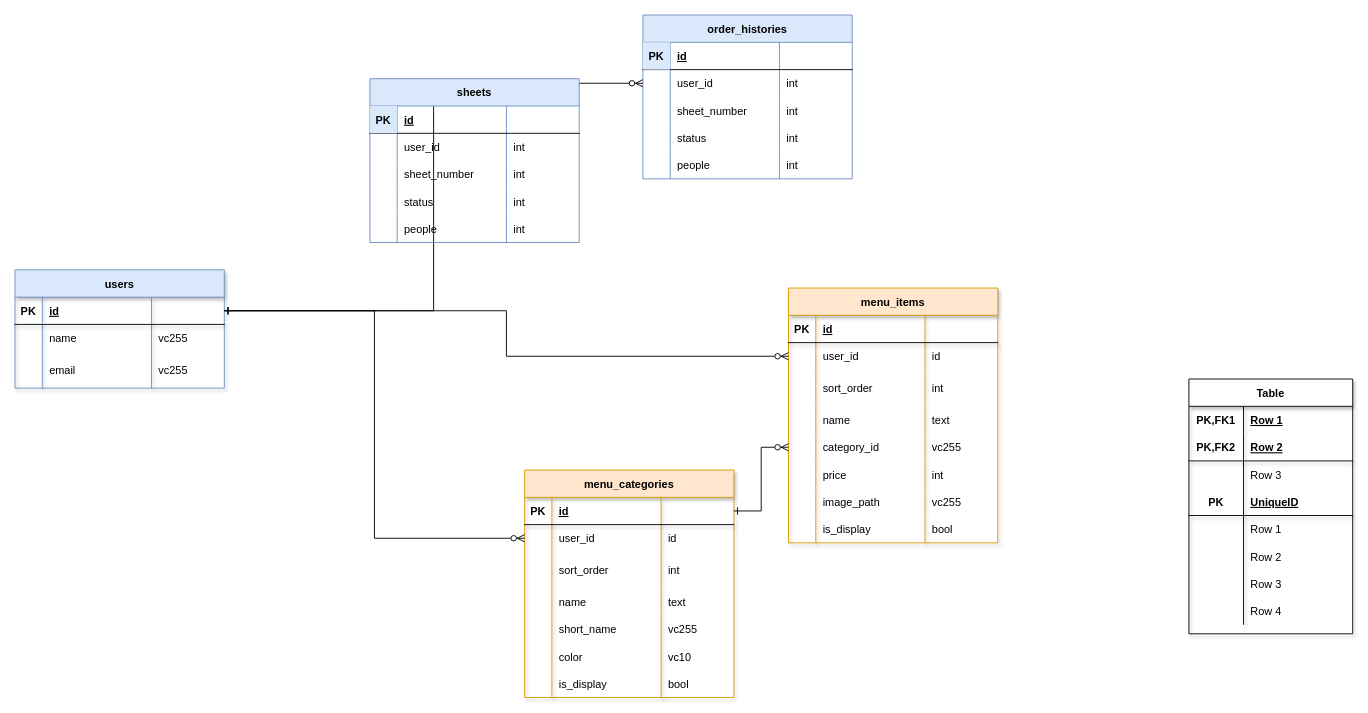
Before: DB-ER.drawio in lafrin/haizen, a draw.io diagram. Source tidied: cells renumbered, new cells numbered last; positions are measured from the earlier drawing's top-left corner, leaving out a move shared by most shapes. Both pictures are drawn from the tidied source at 91%, with x=0, y=0 at pixel (15, 15).
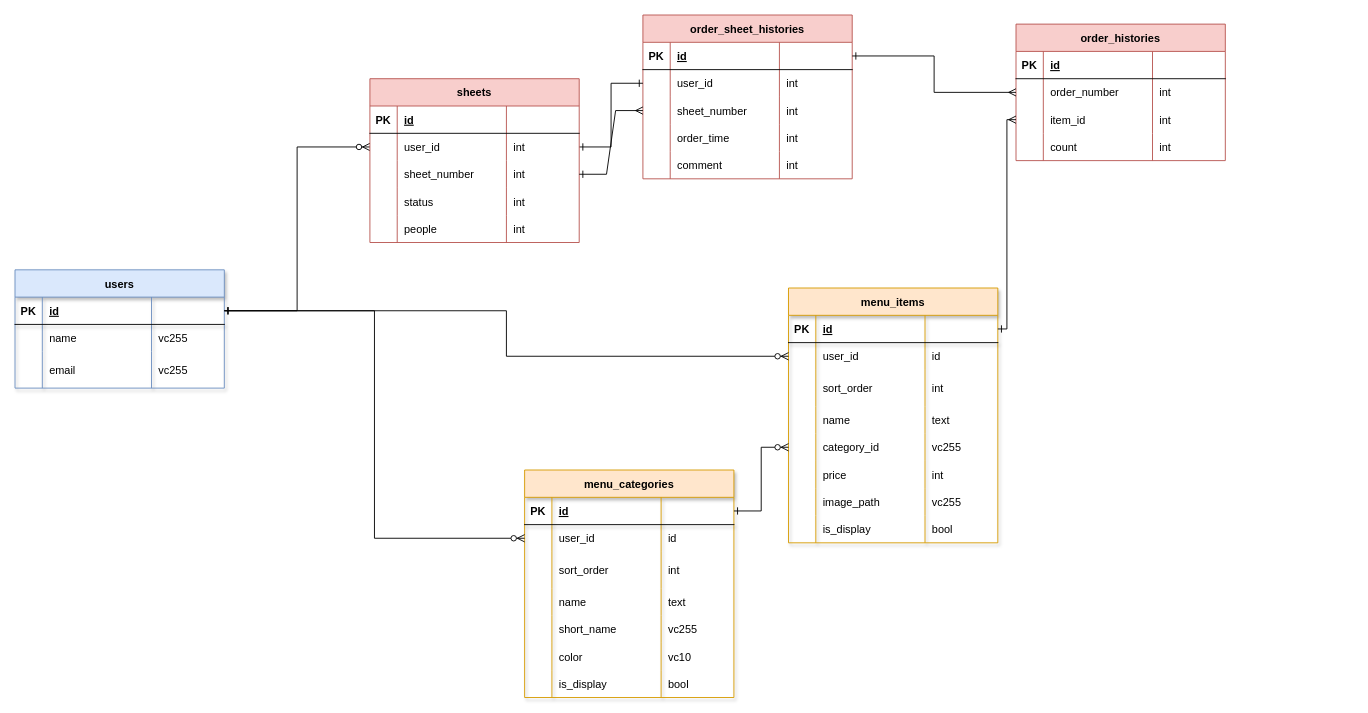
The same page after the edit.

Commit message (it also covers changes not shown here):
DB-ER.drawio を更新します

The change refers to these unchanged cells:
```xml
<mxCell id="3" style="shape=partialRectangle;fillColor=none;points=[[0,0.5],[1,0.5]];portConstraint=eastwest;top=0;left=0;right=0;bottom=1;" parent="2" vertex="1">
  <mxGeometry y="30" width="230" height="30" as="geometry" />
</mxCell>
<mxCell id="19" style="shape=partialRectangle;fillColor=none;top=0;left=0;right=0;bottom=0;" parent="2" vertex="1">
  <mxGeometry y="150" width="230" height="30" as="geometry" />
</mxCell>
<mxCell id="24" style="shape=partialRectangle;fillColor=none;top=0;left=0;bottom=1;right=0;points=[[0,0.5],[1,0.5]];portConstraint=eastwest;shadow=1;" parent="23" vertex="1">
  <mxGeometry y="30" width="230" height="30" as="geometry" />
</mxCell>
<mxCell id="111" style="shape=partialRectangle;fillColor=none;top=0;left=0;bottom=1;right=0;points=[[0,0.5],[1,0.5]];portConstraint=eastwest;shadow=1;" parent="110" vertex="1">
  <mxGeometry y="30" width="230" height="30" as="geometry" />
</mxCell>
<mxCell id="128" style="shape=partialRectangle;fillColor=none;top=0;left=0;right=0;bottom=1;" parent="127" vertex="1">
  <mxGeometry y="30" width="230" height="30" as="geometry" />
</mxCell>
<mxCell id="132" style="shape=partialRectangle;fillColor=none;points=[[0,0.5],[1,0.5]];portConstraint=eastwest;top=0;left=0;right=0;bottom=0;" parent="127" vertex="1">
  <mxGeometry y="60" width="230" height="30" as="geometry" />
</mxCell>
<mxCell id="136" style="shape=partialRectangle;fillColor=none;points=[[0,0.5],[1,0.5]];portConstraint=eastwest;top=0;left=0;right=0;bottom=0;" parent="127" vertex="1">
  <mxGeometry y="90" width="230" height="30" as="geometry" />
</mxCell>
```

Diff of the diagram source:
```diff
@@
-    <mxCell id="2" value="order_histories" style="shape=table;startSize=30;childLayout=tableLayout;rowLines=0;fontStyle=1;align=center;fillColor=#dae8fc;strokeColor=#6c8ebf;" parent="1" vertex="1">
+    <mxCell id="2" value="order_sheet_histories" style="shape=table;startSize=30;childLayout=tableLayout;rowLines=0;fontStyle=1;align=center;fillColor=#f8cecc;strokeColor=#b85450;" parent="1" vertex="1">
       <mxGeometry x="690" width="230" height="180" as="geometry" />
     </mxCell>
@@
-    <mxCell id="4" value="PK" style="shape=partialRectangle;overflow=hidden;fillColor=#dae8fc;top=0;left=0;bottom=0;right=0;fontStyle=1;strokeColor=#6c8ebf;" parent="3" vertex="1">
+    <mxCell id="4" value="PK" style="shape=partialRectangle;overflow=hidden;fillColor=none;top=0;left=0;bottom=0;right=0;fontStyle=1;" parent="3" vertex="1">
       <mxGeometry width="30" height="30" as="geometry" />
     </mxCell>
@@
-    <mxCell id="7" style="shape=partialRectangle;fillColor=none;points=[[0,0.5],[1,0.5]];portConstraint=eastwest;top=0;left=0;right=0;bottom=0;" parent="2" vertex="1">
-      <mxGeometry y="60" width="230" height="30" as="geometry" />
-    </mxCell>
-    <mxCell id="8" style="shape=partialRectangle;overflow=hidden;fillColor=none;top=0;left=0;bottom=0;right=0;" parent="7" vertex="1">
-      <mxGeometry width="30" height="30" as="geometry" />
-    </mxCell>
+    <mxCell id="148" style="shape=partialRectangle;fillColor=none;points=[[0,0.5],[1,0.5]];portConstraint=eastwest;top=0;left=0;right=0;bottom=0;" parent="2" vertex="1">
+      <mxGeometry y="60" width="230" height="30" as="geometry" />
+    </mxCell>
+    <mxCell id="149" style="shape=partialRectangle;overflow=hidden;fillColor=none;top=0;left=0;bottom=0;right=0;" parent="148" vertex="1">
+      <mxGeometry width="30" height="30" as="geometry" />
+    </mxCell>
-    <mxCell id="9" value="user_id" style="shape=partialRectangle;overflow=hidden;fillColor=none;top=0;left=0;bottom=0;right=0;align=left;spacingLeft=6;" parent="7" vertex="1">
+    <mxCell id="9" value="user_id" style="shape=partialRectangle;overflow=hidden;fillColor=none;top=0;left=0;bottom=0;right=0;align=left;spacingLeft=6;" parent="148" vertex="1">
       <mxGeometry x="30" width="120" height="30" as="geometry" />
     </mxCell>
-    <mxCell id="10" value="int" style="shape=partialRectangle;overflow=hidden;fillColor=none;top=0;left=0;bottom=0;right=0;align=left;spacingLeft=6;" parent="7" vertex="1">
-      <mxGeometry x="150" width="80" height="30" as="geometry" />
-    </mxCell>
+    <mxCell id="150" value="int" style="shape=partialRectangle;overflow=hidden;fillColor=none;top=0;left=0;bottom=0;right=0;align=left;spacingLeft=6;" parent="148" vertex="1">
+      <mxGeometry x="150" width="80" height="30" as="geometry" />
+    </mxCell>
+    <mxCell id="15" style="shape=partialRectangle;fillColor=none;points=[[0,0.5],[1,0.5]];portConstraint=eastwest;top=0;left=0;right=0;bottom=0;" parent="2" vertex="1">
+      <mxGeometry y="90" width="230" height="30" as="geometry" />
+    </mxCell>
+    <mxCell id="16" style="shape=partialRectangle;overflow=hidden;fillColor=none;top=0;left=0;bottom=0;right=0;" parent="15" vertex="1">
+      <mxGeometry width="30" height="30" as="geometry" />
+    </mxCell>
+    <mxCell id="17" value="sheet_number" style="shape=partialRectangle;overflow=hidden;fillColor=none;top=0;left=0;bottom=0;right=0;align=left;spacingLeft=6;" parent="15" vertex="1">
+      <mxGeometry x="30" width="120" height="30" as="geometry" />
+    </mxCell>
+    <mxCell id="18" value="int" style="shape=partialRectangle;overflow=hidden;fillColor=none;top=0;left=0;bottom=0;right=0;align=left;spacingLeft=6;" parent="15" vertex="1">
+      <mxGeometry x="150" width="80" height="30" as="geometry" />
+    </mxCell>
     <mxCell id="11" style="shape=partialRectangle;fillColor=none;top=0;left=0;right=0;bottom=0;" parent="2" vertex="1">
-      <mxGeometry y="90" width="230" height="30" as="geometry" />
+      <mxGeometry y="120" width="230" height="30" as="geometry" />
     </mxCell>
@@
-    <mxCell id="13" value="sheet_number" style="shape=partialRectangle;overflow=hidden;fillColor=none;top=0;left=0;bottom=0;right=0;align=left;spacingLeft=6;" parent="11" vertex="1">
+    <mxCell id="13" value="order_time" style="shape=partialRectangle;overflow=hidden;fillColor=none;top=0;left=0;bottom=0;right=0;align=left;spacingLeft=6;" parent="11" vertex="1">
       <mxGeometry x="30" width="120" height="30" as="geometry" />
     </mxCell>
@@
-    <mxCell id="15" style="shape=partialRectangle;fillColor=none;points=[[0,0.5],[1,0.5]];portConstraint=eastwest;top=0;left=0;right=0;bottom=0;" parent="2" vertex="1">
-      <mxGeometry y="120" width="230" height="30" as="geometry" />
-    </mxCell>
-    <mxCell id="16" style="shape=partialRectangle;overflow=hidden;fillColor=none;top=0;left=0;bottom=0;right=0;" parent="15" vertex="1">
-      <mxGeometry width="30" height="30" as="geometry" />
-    </mxCell>
-    <mxCell id="17" value="status" style="shape=partialRectangle;overflow=hidden;fillColor=none;top=0;left=0;bottom=0;right=0;align=left;spacingLeft=6;" parent="15" vertex="1">
-      <mxGeometry x="30" width="120" height="30" as="geometry" />
-    </mxCell>
-    <mxCell id="18" value="int" style="shape=partialRectangle;overflow=hidden;fillColor=none;top=0;left=0;bottom=0;right=0;align=left;spacingLeft=6;" parent="15" vertex="1">
-      <mxGeometry x="150" width="80" height="30" as="geometry" />
-    </mxCell>
@@
-    <mxCell id="20" style="shape=partialRectangle;overflow=hidden;fillColor=none;top=0;left=0;bottom=0;right=0;" parent="19" vertex="1">
-      <mxGeometry width="30" height="30" as="geometry" />
-    </mxCell>
-    <mxCell id="21" value="people" style="shape=partialRectangle;overflow=hidden;fillColor=none;top=0;left=0;bottom=0;right=0;align=left;spacingLeft=6;" parent="19" vertex="1">
-      <mxGeometry x="30" width="120" height="30" as="geometry" />
-    </mxCell>
-    <mxCell id="22" value="int" style="shape=partialRectangle;overflow=hidden;fillColor=none;top=0;left=0;bottom=0;right=0;align=left;spacingLeft=6;" parent="19" vertex="1">
-      <mxGeometry x="150" width="80" height="30" as="geometry" />
-    </mxCell>
+    <mxCell id="151" style="shape=partialRectangle;overflow=hidden;fillColor=none;top=0;left=0;bottom=0;right=0;" parent="19" vertex="1">
+      <mxGeometry width="30" height="30" as="geometry" />
+    </mxCell>
+    <mxCell id="152" value="comment" style="shape=partialRectangle;overflow=hidden;fillColor=none;top=0;left=0;bottom=0;right=0;align=left;spacingLeft=6;" parent="19" vertex="1">
+      <mxGeometry x="30" width="120" height="30" as="geometry" />
+    </mxCell>
+    <mxCell id="153" value="int" style="shape=partialRectangle;overflow=hidden;fillColor=none;top=0;left=0;bottom=0;right=0;align=left;spacingLeft=6;" parent="19" vertex="1">
+      <mxGeometry x="150" width="80" height="30" as="geometry" />
+    </mxCell>
@@
-    <mxCell id="56" value="Table" style="shape=table;startSize=30;childLayout=tableLayout;rowLines=0;fontStyle=1;align=center;shadow=1;" parent="1" vertex="1">
-      <mxGeometry x="1290" y="400" width="180" height="280" as="geometry" />
-    </mxCell>
-    <mxCell id="57" style="shape=partialRectangle;fillColor=none;top=0;left=0;bottom=0;right=0;shadow=1;" parent="56" vertex="1">
-      <mxGeometry y="30" width="180" height="30" as="geometry" />
-    </mxCell>
-    <mxCell id="58" value="PK,FK1" style="shape=partialRectangle;fillColor=none;top=0;left=0;bottom=0;right=0;fontStyle=1;overflow=hidden;shadow=1;" parent="57" vertex="1">
-      <mxGeometry width="60" height="30" as="geometry" />
-    </mxCell>
-    <mxCell id="59" value="Row 1" style="shape=partialRectangle;fillColor=none;top=0;left=0;bottom=0;right=0;align=left;spacingLeft=6;fontStyle=5;overflow=hidden;shadow=1;" parent="57" vertex="1">
-      <mxGeometry x="60" width="120" height="30" as="geometry" />
-    </mxCell>
-    <mxCell id="60" style="shape=partialRectangle;fillColor=none;top=0;left=0;bottom=1;right=0;shadow=1;" parent="56" vertex="1">
-      <mxGeometry y="60" width="180" height="30" as="geometry" />
-    </mxCell>
-    <mxCell id="61" value="PK,FK2" style="shape=partialRectangle;fillColor=none;top=0;left=0;bottom=0;right=0;fontStyle=1;overflow=hidden;shadow=1;" parent="60" vertex="1">
-      <mxGeometry width="60" height="30" as="geometry" />
-    </mxCell>
-    <mxCell id="62" value="Row 2" style="shape=partialRectangle;fillColor=none;top=0;left=0;bottom=0;right=0;align=left;spacingLeft=6;fontStyle=5;overflow=hidden;shadow=1;" parent="60" vertex="1">
-      <mxGeometry x="60" width="120" height="30" as="geometry" />
-    </mxCell>
-    <mxCell id="63" style="shape=partialRectangle;fillColor=none;top=0;left=0;bottom=0;right=0;shadow=1;" parent="56" vertex="1">
-      <mxGeometry y="90" width="180" height="30" as="geometry" />
-    </mxCell>
-    <mxCell id="64" style="shape=partialRectangle;fillColor=none;top=0;left=0;bottom=0;right=0;overflow=hidden;shadow=1;" parent="63" vertex="1">
-      <mxGeometry width="60" height="30" as="geometry" />
-    </mxCell>
-    <mxCell id="65" value="Row 3" style="shape=partialRectangle;fillColor=none;top=0;left=0;bottom=0;right=0;align=left;spacingLeft=6;overflow=hidden;shadow=1;" parent="63" vertex="1">
-      <mxGeometry x="60" width="120" height="30" as="geometry" />
-    </mxCell>
-    <mxCell id="66" style="shape=partialRectangle;fillColor=none;top=0;left=0;bottom=1;right=0;shadow=1;" parent="56" vertex="1">
-      <mxGeometry y="120" width="180" height="30" as="geometry" />
-    </mxCell>
-    <mxCell id="67" value="PK" style="shape=partialRectangle;fillColor=none;top=0;left=0;bottom=0;right=0;fontStyle=1;overflow=hidden;shadow=1;" parent="66" vertex="1">
-      <mxGeometry width="60" height="30" as="geometry" />
-    </mxCell>
-    <mxCell id="68" value="UniqueID" style="shape=partialRectangle;fillColor=none;top=0;left=0;bottom=0;right=0;align=left;spacingLeft=6;fontStyle=5;overflow=hidden;shadow=1;" parent="66" vertex="1">
-      <mxGeometry x="60" width="120" height="30" as="geometry" />
-    </mxCell>
-    <mxCell id="69" style="shape=partialRectangle;fillColor=none;top=0;left=0;bottom=0;right=0;shadow=1;" parent="56" vertex="1">
-      <mxGeometry y="150" width="180" height="30" as="geometry" />
-    </mxCell>
-    <mxCell id="70" style="shape=partialRectangle;fillColor=none;top=0;left=0;bottom=0;right=0;overflow=hidden;shadow=1;" parent="69" vertex="1">
-      <mxGeometry width="60" height="30" as="geometry" />
-    </mxCell>
-    <mxCell id="71" value="Row 1" style="shape=partialRectangle;fillColor=none;top=0;left=0;bottom=0;right=0;align=left;spacingLeft=6;overflow=hidden;shadow=1;" parent="69" vertex="1">
-      <mxGeometry x="60" width="120" height="30" as="geometry" />
-    </mxCell>
-    <mxCell id="72" style="shape=partialRectangle;fillColor=none;top=0;left=0;bottom=0;right=0;shadow=1;" parent="56" vertex="1">
-      <mxGeometry y="180" width="180" height="30" as="geometry" />
-    </mxCell>
-    <mxCell id="73" style="shape=partialRectangle;fillColor=none;top=0;left=0;bottom=0;right=0;overflow=hidden;shadow=1;" parent="72" vertex="1">
-      <mxGeometry width="60" height="30" as="geometry" />
-    </mxCell>
-    <mxCell id="74" value="Row 2" style="shape=partialRectangle;fillColor=none;top=0;left=0;bottom=0;right=0;align=left;spacingLeft=6;overflow=hidden;shadow=1;" parent="72" vertex="1">
-      <mxGeometry x="60" width="120" height="30" as="geometry" />
-    </mxCell>
-    <mxCell id="75" style="shape=partialRectangle;fillColor=none;top=0;left=0;bottom=0;right=0;shadow=1;" parent="56" vertex="1">
-      <mxGeometry y="210" width="180" height="30" as="geometry" />
-    </mxCell>
-    <mxCell id="76" style="shape=partialRectangle;fillColor=none;top=0;left=0;bottom=0;right=0;overflow=hidden;shadow=1;" parent="75" vertex="1">
-      <mxGeometry width="60" height="30" as="geometry" />
-    </mxCell>
-    <mxCell id="77" value="Row 3" style="shape=partialRectangle;fillColor=none;top=0;left=0;bottom=0;right=0;align=left;spacingLeft=6;overflow=hidden;shadow=1;" parent="75" vertex="1">
-      <mxGeometry x="60" width="120" height="30" as="geometry" />
-    </mxCell>
-    <mxCell id="78" style="shape=partialRectangle;fillColor=none;top=0;left=0;bottom=0;right=0;shadow=1;" parent="56" vertex="1">
-      <mxGeometry y="240" width="180" height="30" as="geometry" />
-    </mxCell>
-    <mxCell id="79" style="shape=partialRectangle;fillColor=none;top=0;left=0;bottom=0;right=0;overflow=hidden;shadow=1;" parent="78" vertex="1">
-      <mxGeometry width="60" height="30" as="geometry" />
-    </mxCell>
-    <mxCell id="80" value="Row 4" style="shape=partialRectangle;fillColor=none;top=0;left=0;bottom=0;right=0;align=left;spacingLeft=6;overflow=hidden;shadow=1;" parent="78" vertex="1">
-      <mxGeometry x="60" width="120" height="30" as="geometry" />
-    </mxCell>
@@
-    <mxCell id="126" style="edgeStyle=elbowEdgeStyle;fontSize=12;html=1;endArrow=ERzeroToMany;endFill=1;rounded=0;startArrow=ERone;startFill=0;entryX=0;entryY=0.5;entryDx=0;entryDy=0;" parent="1" edge="1" source="111" target="7">
+    <mxCell id="126" style="edgeStyle=elbowEdgeStyle;fontSize=12;html=1;endArrow=ERzeroToMany;endFill=1;rounded=0;startArrow=ERone;startFill=0;" parent="1" edge="1" source="111" target="132">
       <mxGeometry relative="1" as="geometry" />
     </mxCell>
+    <mxCell id="154" style="edgeStyle=elbowEdgeStyle;rounded=0;jettySize=auto;html=1;startArrow=ERone;startFill=0;endArrow=ERone;endFill=0;" parent="1" edge="1" source="132" target="148">
+      <mxGeometry relative="1" as="geometry" />
+    </mxCell>
-    <mxCell id="127" value="sheets" style="shape=table;startSize=30;childLayout=tableLayout;rowLines=0;fontStyle=1;align=center;fillColor=#dae8fc;strokeColor=#6c8ebf;" parent="1" vertex="1">
+    <mxCell id="127" value="sheets" style="shape=table;startSize=30;childLayout=tableLayout;rowLines=0;fontStyle=1;align=center;fillColor=#f8cecc;strokeColor=#b85450;" parent="1" vertex="1">
       <mxGeometry x="390" y="70" width="230" height="180" as="geometry" />
     </mxCell>
@@
-    <mxCell id="129" value="PK" style="shape=partialRectangle;overflow=hidden;fillColor=#dae8fc;top=0;left=0;bottom=0;right=0;fontStyle=1;strokeColor=#6c8ebf;" parent="128" vertex="1">
+    <mxCell id="129" value="PK" style="shape=partialRectangle;overflow=hidden;fillColor=none;top=0;left=0;bottom=0;right=0;fontStyle=1;" parent="128" vertex="1">
       <mxGeometry width="30" height="30" as="geometry" />
     </mxCell>
@@
+    <mxCell id="155" style="edgeStyle=entityRelationEdgeStyle;fontSize=12;html=1;endArrow=ERmany;endFill=0;rounded=0;startArrow=ERone;startFill=0;" parent="1" edge="1" source="136" target="15">
+      <mxGeometry relative="1" as="geometry" />
+    </mxCell>
+    <mxCell id="156" value="order_histories" style="shape=table;startSize=30;childLayout=tableLayout;rowLines=0;fontStyle=1;align=center;fillColor=#f8cecc;strokeColor=#b85450;" parent="1" vertex="1">
+      <mxGeometry x="1100" y="10" width="230" height="150" as="geometry" />
+    </mxCell>
+    <mxCell id="157" style="shape=partialRectangle;fillColor=none;top=0;left=0;right=0;bottom=1;" parent="156" vertex="1">
+      <mxGeometry y="30" width="230" height="30" as="geometry" />
+    </mxCell>
+    <mxCell id="67" value="PK" style="shape=partialRectangle;overflow=hidden;top=0;left=0;bottom=0;right=0;fontStyle=1;fillColor=none;" parent="157" vertex="1">
+      <mxGeometry width="30" height="30" as="geometry" />
+    </mxCell>
+    <mxCell id="158" value="id" style="shape=partialRectangle;overflow=hidden;fillColor=none;top=0;left=0;bottom=0;right=0;align=left;spacingLeft=6;fontStyle=5;" parent="157" vertex="1">
+      <mxGeometry x="30" width="120" height="30" as="geometry" />
+    </mxCell>
+    <mxCell id="159" style="shape=partialRectangle;overflow=hidden;fillColor=none;top=0;left=0;bottom=0;right=0;align=left;spacingLeft=6;fontStyle=5;" parent="157" vertex="1">
+      <mxGeometry x="150" width="80" height="30" as="geometry" />
+    </mxCell>
+    <mxCell id="160" style="shape=partialRectangle;fillColor=none;points=[[0,0.5],[1,0.5]];portConstraint=eastwest;top=0;left=0;right=0;bottom=0;" parent="156" vertex="1">
+      <mxGeometry y="60" width="230" height="30" as="geometry" />
+    </mxCell>
+    <mxCell id="161" style="shape=partialRectangle;overflow=hidden;fillColor=none;top=0;left=0;bottom=0;right=0;" parent="160" vertex="1">
+      <mxGeometry width="30" height="30" as="geometry" />
+    </mxCell>
+    <mxCell id="162" value="order_number" style="shape=partialRectangle;overflow=hidden;fillColor=none;top=0;left=0;bottom=0;right=0;align=left;spacingLeft=6;" parent="160" vertex="1">
+      <mxGeometry x="30" width="120" height="30" as="geometry" />
+    </mxCell>
+    <mxCell id="163" value="int" style="shape=partialRectangle;overflow=hidden;fillColor=none;top=0;left=0;bottom=0;right=0;align=left;spacingLeft=6;" parent="160" vertex="1">
+      <mxGeometry x="150" width="80" height="30" as="geometry" />
+    </mxCell>
+    <mxCell id="164" style="shape=partialRectangle;fillColor=none;points=[[0,0.5],[1,0.5]];portConstraint=eastwest;top=0;left=0;right=0;bottom=0;" parent="156" vertex="1">
+      <mxGeometry y="90" width="230" height="30" as="geometry" />
+    </mxCell>
+    <mxCell id="165" style="shape=partialRectangle;overflow=hidden;fillColor=none;top=0;left=0;bottom=0;right=0;" parent="164" vertex="1">
+      <mxGeometry width="30" height="30" as="geometry" />
+    </mxCell>
+    <mxCell id="166" value="item_id" style="shape=partialRectangle;overflow=hidden;fillColor=none;top=0;left=0;bottom=0;right=0;align=left;spacingLeft=6;" parent="164" vertex="1">
+      <mxGeometry x="30" width="120" height="30" as="geometry" />
+    </mxCell>
+    <mxCell id="167" value="int" style="shape=partialRectangle;overflow=hidden;fillColor=none;top=0;left=0;bottom=0;right=0;align=left;spacingLeft=6;" parent="164" vertex="1">
+      <mxGeometry x="150" width="80" height="30" as="geometry" />
+    </mxCell>
+    <mxCell id="168" style="shape=partialRectangle;fillColor=none;top=0;left=0;right=0;bottom=0;" parent="156" vertex="1">
+      <mxGeometry y="120" width="230" height="30" as="geometry" />
+    </mxCell>
+    <mxCell id="169" style="shape=partialRectangle;overflow=hidden;fillColor=none;top=0;left=0;bottom=0;right=0;" parent="168" vertex="1">
+      <mxGeometry width="30" height="30" as="geometry" />
+    </mxCell>
+    <mxCell id="170" value="count" style="shape=partialRectangle;overflow=hidden;fillColor=none;top=0;left=0;bottom=0;right=0;align=left;spacingLeft=6;" parent="168" vertex="1">
+      <mxGeometry x="30" width="120" height="30" as="geometry" />
+    </mxCell>
+    <mxCell id="171" value="int" style="shape=partialRectangle;overflow=hidden;fillColor=none;top=0;left=0;bottom=0;right=0;align=left;spacingLeft=6;" parent="168" vertex="1">
+      <mxGeometry x="150" width="80" height="30" as="geometry" />
+    </mxCell>
+    <mxCell id="172" style="edgeStyle=elbowEdgeStyle;rounded=0;jettySize=auto;html=1;startArrow=ERone;startFill=0;endArrow=ERmany;endFill=0;" parent="1" edge="1" source="3" target="160">
+      <mxGeometry relative="1" as="geometry" />
+    </mxCell>
+    <mxCell id="173" style="edgeStyle=elbowEdgeStyle;rounded=0;jettySize=auto;html=1;startArrow=ERone;startFill=0;endArrow=ERmany;endFill=0;" parent="1" edge="1" source="24" target="164">
+      <mxGeometry relative="1" as="geometry" />
+    </mxCell>
```
